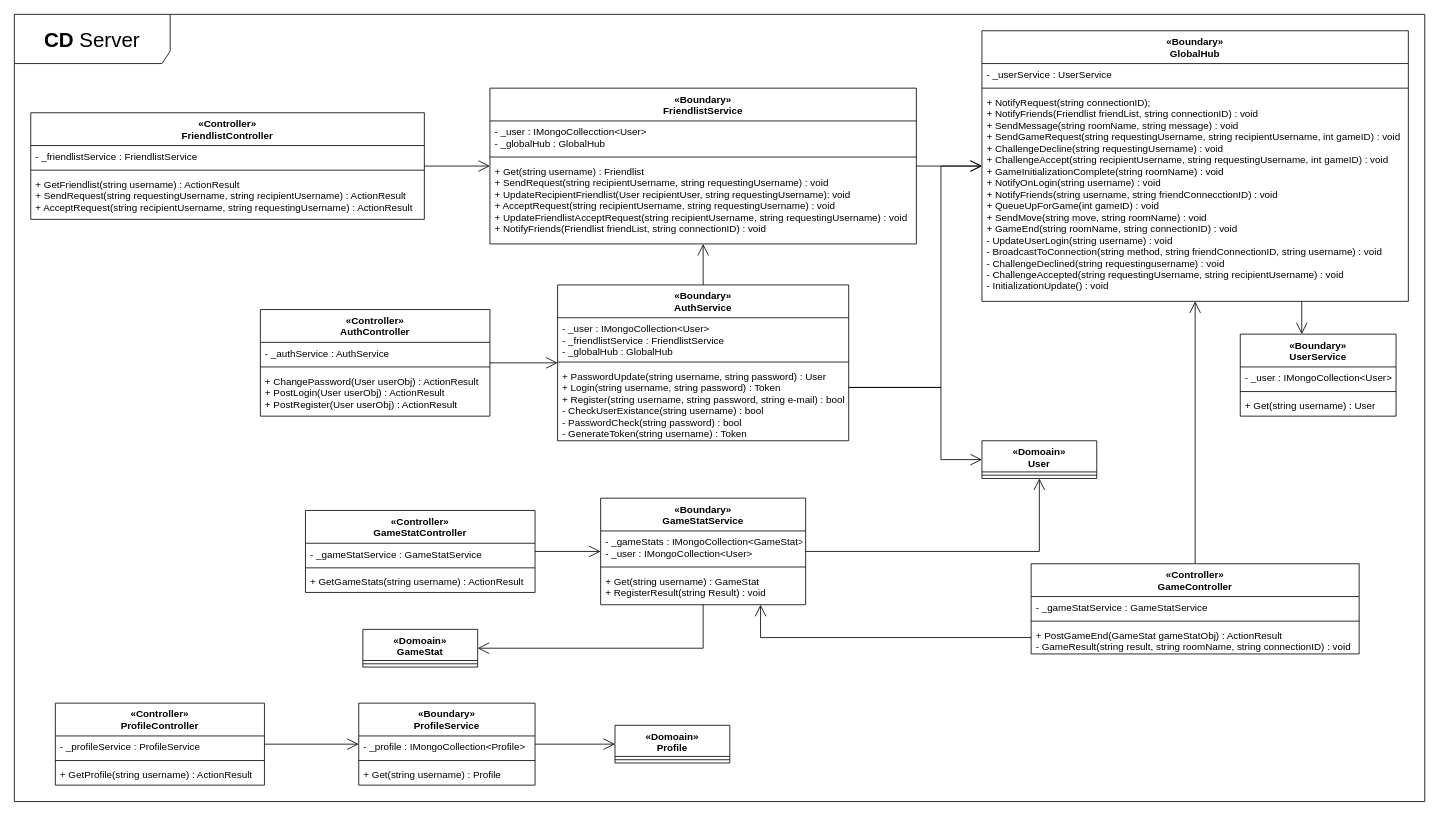
Above: diagrams/arkitektur/CD-Server-Total.drawio in Macradon/I7BAC-PlugNPlay (draw.io), before the change. Source tidied: cells renumbered, new cells numbered last; positions are measured from the earlier drawing's top-left corner, leaving out a move shared by most shapes. Both pictures are drawn from the tidied source at 82%, with x=0, y=0 at pixel (14, 14).
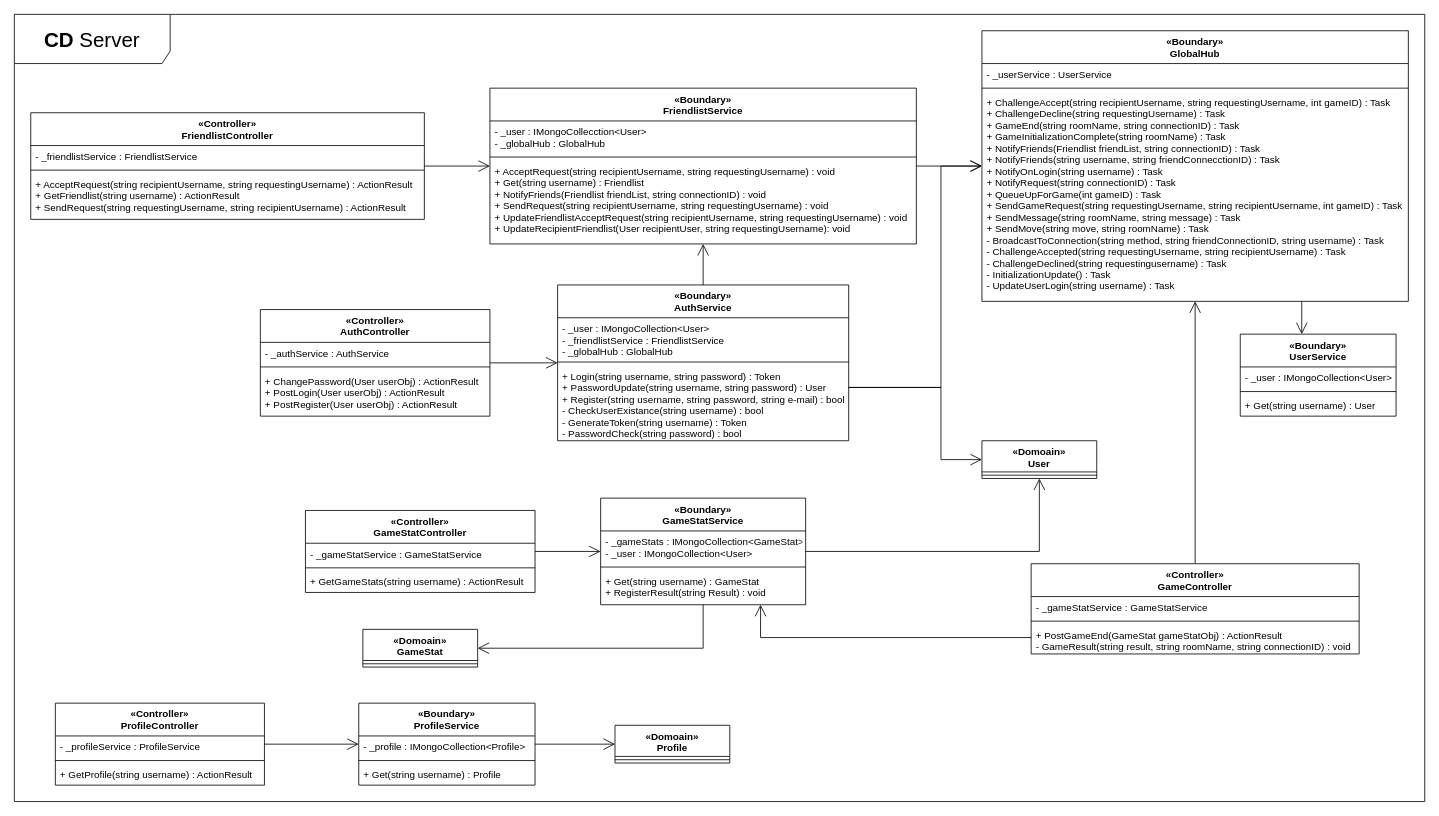
After the change.

Commit message:
Alphabetical order

Unchanged cells that the change refers to:
```xml
<mxCell id="7" value="«Boundary»&#10;AuthService" style="swimlane;fontStyle=1;align=center;verticalAlign=top;horizontal=1;startSize=40;" parent="1" vertex="1">
  <mxGeometry x="662.5" y="330" width="355" height="190" as="geometry" />
</mxCell>
<mxCell id="43" value="«Boundary»&#10;GlobalHub" style="swimlane;fontStyle=1;align=center;verticalAlign=top;horizontal=1;startSize=40;" parent="1" vertex="1">
  <mxGeometry x="1180" y="20" width="520" height="330" as="geometry" />
</mxCell>
<mxCell id="58" value="«Controller»&#10;FriendlistController" style="swimlane;fontStyle=1;align=center;verticalAlign=top;horizontal=1;startSize=40;" parent="1" vertex="1">
  <mxGeometry x="20" y="120" width="480" height="130" as="geometry" />
</mxCell>
<mxCell id="63" value="«Boundary»&#10;FriendlistService" style="swimlane;fontStyle=1;align=center;verticalAlign=top;horizontal=1;startSize=40;" parent="1" vertex="1">
  <mxGeometry x="580" y="90" width="520" height="190" as="geometry" />
</mxCell>
```

What changed in the source:
```diff
@@
-    <mxCell id="10" value="+ PasswordUpdate(string username, string password) : User&#10;+ Login(string username, string password) : Token&#10;+ Register(string username, string password, string e-mail) : bool&#10;- CheckUserExistance(string username) : bool&#10;- PasswordCheck(string password) : bool&#10;- GenerateToken(string username) : Token&#10;" style="text;strokeColor=none;fillColor=none;align=left;verticalAlign=top;spacingLeft=4;spacingRight=4;overflow=hidden;" parent="7" vertex="1">
+    <mxCell id="10" value="+ Login(string username, string password) : Token&#10;+ PasswordUpdate(string username, string password) : User&#10;+ Register(string username, string password, string e-mail) : bool&#10;- CheckUserExistance(string username) : bool&#10;- GenerateToken(string username) : Token&#10;- PasswordCheck(string password) : bool" style="text;strokeColor=none;fillColor=none;align=left;verticalAlign=top;spacingLeft=4;spacingRight=4;overflow=hidden;" parent="7" vertex="1">
       <mxGeometry y="98" width="355" height="92" as="geometry" />
     </mxCell>
@@
-    <mxCell id="46" value="+ NotifyRequest(string connectionID);&#10;+ NotifyFriends(Friendlist friendList, string connectionID) : void&#10;+ SendMessage(string roomName, string message) : void&#10;+ SendGameRequest(string requestingUsername, string recipientUsername, int gameID) : void&#10;+ ChallengeDecline(string requestingUsername) : void&#10;+ ChallengeAccept(string recipientUsername, string requestingUsername, int gameID) : void&#10;+ GameInitializationComplete(string roomName) : void&#10;+ NotifyOnLogin(string username) : void&#10;+ NotifyFriends(string username, string friendConnecctionID) : void&#10;+ QueueUpForGame(int gameID) : void&#10;+ SendMove(string move, string roomName) : void&#10;+ GameEnd(string roomName, string connectionID) : void&#10;- UpdateUserLogin(string username) : void&#10;- BroadcastToConnection(string method, string friendConnectionID, string username) : void&#10;- ChallengeDeclined(string requestingusername) : void&#10;- ChallengeAccepted(string requestingUsername, string recipientUsername) : void&#10;- InitializationUpdate() : void" style="text;strokeColor=none;fillColor=none;align=left;verticalAlign=top;spacingLeft=4;spacingRight=4;overflow=hidden;" parent="43" vertex="1">
+    <mxCell id="46" value="+ ChallengeAccept(string recipientUsername, string requestingUsername, int gameID) : Task&#10;+ ChallengeDecline(string requestingUsername) : Task&#10;+ GameEnd(string roomName, string connectionID) : Task&#10;+ GameInitializationComplete(string roomName) : Task&#10;+ NotifyFriends(Friendlist friendList, string connectionID) : Task&#10;+ NotifyFriends(string username, string friendConnecctionID) : Task&#10;+ NotifyOnLogin(string username) : Task&#10;+ NotifyRequest(string connectionID) : Task&#10;+ QueueUpForGame(int gameID) : Task&#10;+ SendGameRequest(string requestingUsername, string recipientUsername, int gameID) : Task&#10;+ SendMessage(string roomName, string message) : Task&#10;+ SendMove(string move, string roomName) : Task&#10;- BroadcastToConnection(string method, string friendConnectionID, string username) : Task&#10;- ChallengeAccepted(string requestingUsername, string recipientUsername) : Task&#10;- ChallengeDeclined(string requestingusername) : Task&#10;- InitializationUpdate() : Task&#10;- UpdateUserLogin(string username) : Task" style="text;strokeColor=none;fillColor=none;align=left;verticalAlign=top;spacingLeft=4;spacingRight=4;overflow=hidden;" parent="43" vertex="1">
       <mxGeometry y="74" width="520" height="256" as="geometry" />
     </mxCell>
@@
-    <mxCell id="61" value="+ GetFriendlist(string username) : ActionResult&#10;+ SendRequest(string requestingUsername, string recipientUsername) : ActionResult&#10;+ AcceptRequest(string recipientUsername, string requestingUsername) : ActionResult" style="text;strokeColor=none;fillColor=none;align=left;verticalAlign=top;spacingLeft=4;spacingRight=4;overflow=hidden;" parent="58" vertex="1">
+    <mxCell id="61" value="+ AcceptRequest(string recipientUsername, string requestingUsername) : ActionResult&#10;+ GetFriendlist(string username) : ActionResult&#10;+ SendRequest(string requestingUsername, string recipientUsername) : ActionResult" style="text;strokeColor=none;fillColor=none;align=left;verticalAlign=top;spacingLeft=4;spacingRight=4;overflow=hidden;" parent="58" vertex="1">
       <mxGeometry y="74" width="480" height="56" as="geometry" />
     </mxCell>
@@
-    <mxCell id="66" value="+ Get(string username) : Friendlist&#10;+ SendRequest(string recipientUsername, string requestingUsername) : void&#10;+ UpdateRecipientFriendlist(User recipientUser, string requestingUsername): void&#10;+ AcceptRequest(string recipientUsername, string requestingUsername) : void&#10;+ UpdateFriendlistAcceptRequest(string recipientUsername, string requestingUsername) : void&#10;+ NotifyFriends(Friendlist friendList, string connectionID) : void" style="text;strokeColor=none;fillColor=none;align=left;verticalAlign=top;spacingLeft=4;spacingRight=4;overflow=hidden;" parent="63" vertex="1">
+    <mxCell id="66" value="+ AcceptRequest(string recipientUsername, string requestingUsername) : void&#10;+ Get(string username) : Friendlist&#10;+ NotifyFriends(Friendlist friendList, string connectionID) : void&#10;+ SendRequest(string recipientUsername, string requestingUsername) : void&#10;+ UpdateFriendlistAcceptRequest(string recipientUsername, string requestingUsername) : void&#10;+ UpdateRecipientFriendlist(User recipientUser, string requestingUsername): void" style="text;strokeColor=none;fillColor=none;align=left;verticalAlign=top;spacingLeft=4;spacingRight=4;overflow=hidden;" parent="63" vertex="1">
       <mxGeometry y="88" width="520" height="102" as="geometry" />
     </mxCell>
```
